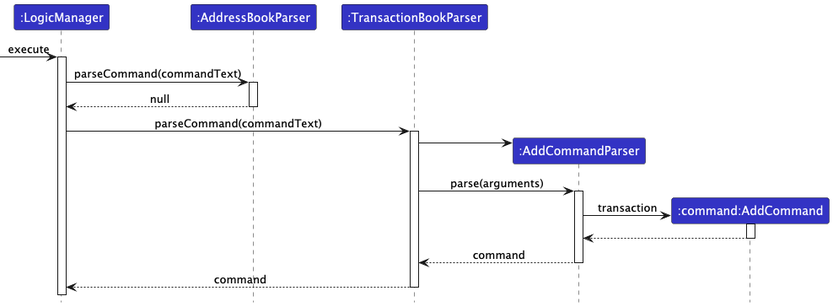
nus-cs2103-AY2425S1/tp keeps this PlantUML diagram as docs/images/LogicSequenceDiagram.png. Above is the earlier version. Its source is kept beside it as docs/diagrams/tracing/LogicSequenceDiagram.puml. Its diagram source:
```plantuml
@startuml
!include ../style.puml
skinparam ArrowFontStyle plain

Participant ":LogicManager" as logic LOGIC_COLOR
Participant ":AddressBookParser" as abp LOGIC_COLOR
Participant ":TransactionBookParser" as tbp LOGIC_COLOR
Participant ":AddCommandParser" as acp LOGIC_COLOR
Participant ":command:AddCommand" as ac LOGIC_COLOR

[-> logic : execute
activate logic
logic -> abp ++: parseCommand(commandText)
abp --> logic --: null

logic -> tbp ++: parseCommand(commandText)
create acp
tbp -> acp
tbp -> acp ++: parse(arguments)
create ac
acp -> ac ++: transaction
ac --> acp --
acp --> tbp --: command
tbp --> logic --: command

@enduml
```
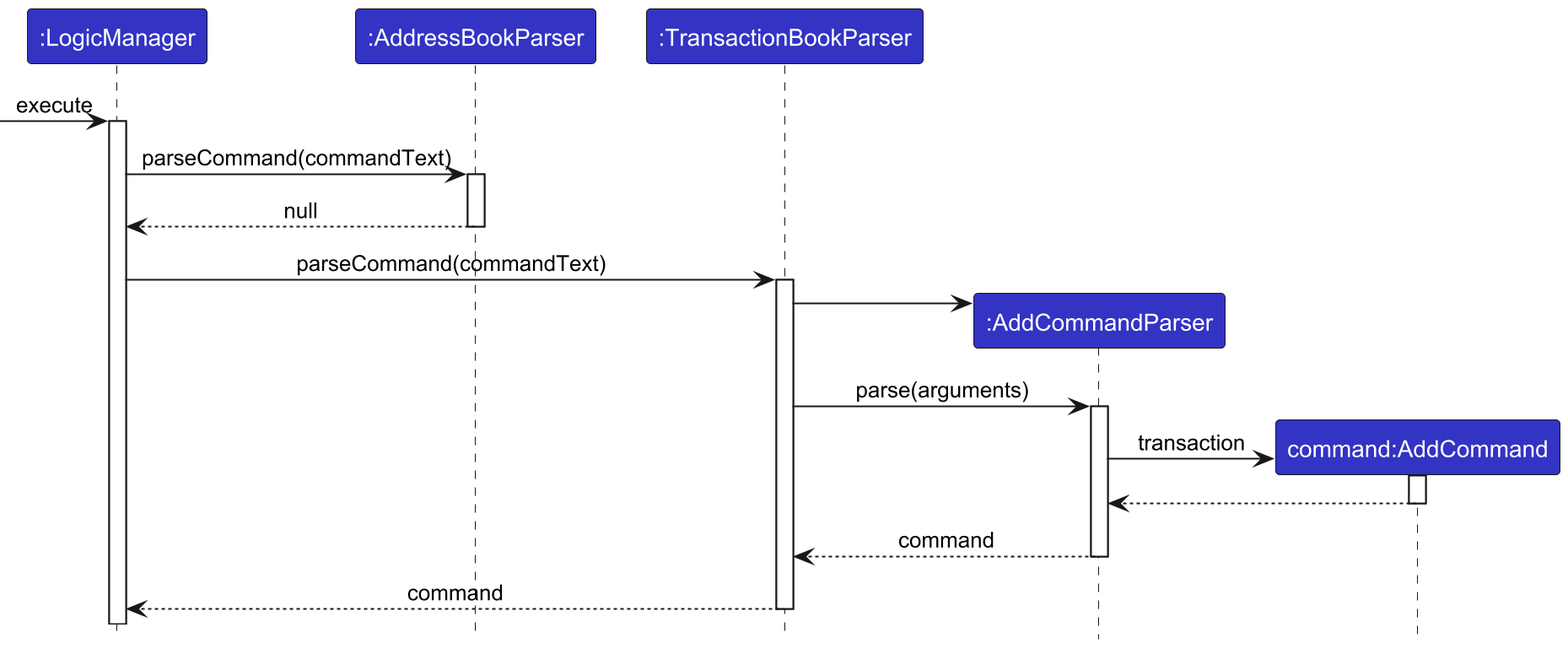
After the change.

Commit message:
Update to dual-parser sequence diagram

What changed in the source:
```diff
@@ -6,7 +6,7 @@
 Participant ":AddressBookParser" as abp LOGIC_COLOR
 Participant ":TransactionBookParser" as tbp LOGIC_COLOR
 Participant ":AddCommandParser" as acp LOGIC_COLOR
-Participant ":command:AddCommand" as ac LOGIC_COLOR
+Participant "command:AddCommand" as ac LOGIC_COLOR
 
 [-> logic : execute
 activate logic
```
